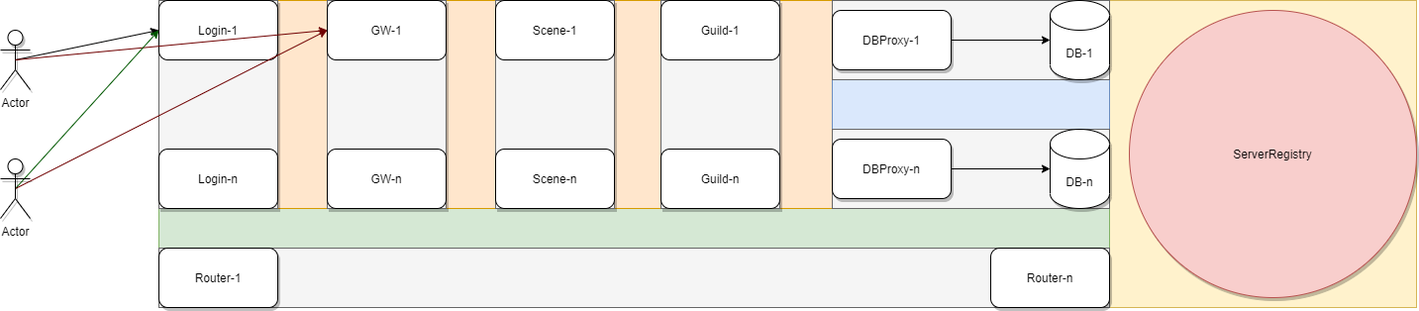
wuqunyong/freeze keeps this draw.io diagram as conf/topology.png. Above is the earlier version. Source tidied: cells renumbered, new cells last; positions are measured from the earlier drawing's top-left corner, leaving out a move shared by most shapes.
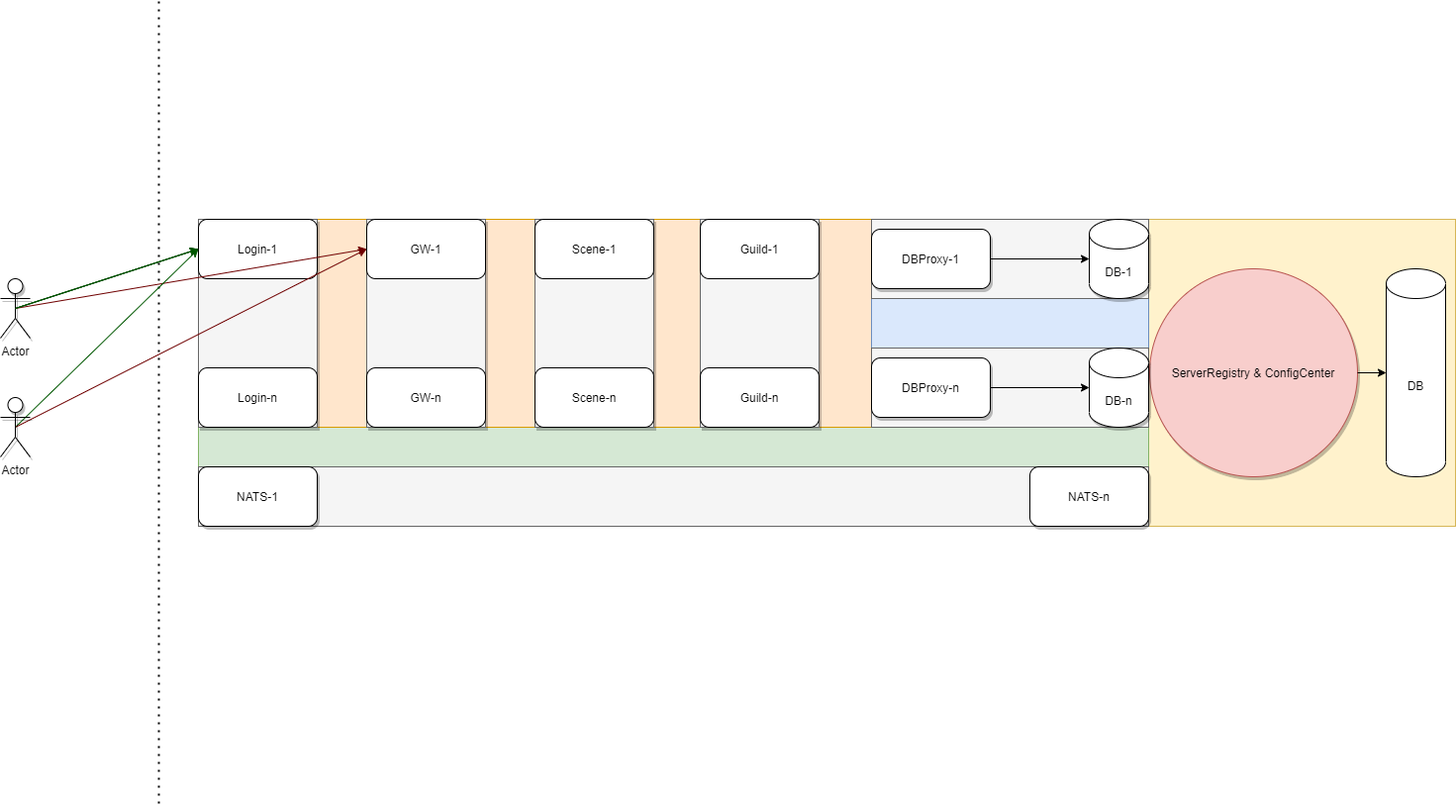
After the commit.

The edit, as a diff of the source:
```diff
@@ -2,14 +2,20 @@
   <root>
     <mxCell id="0" />
     <mxCell id="1" parent="0" />
+    <mxCell id="41" style="endArrow=none;dashed=1;html=1;dashPattern=1 3;strokeWidth=2;" parent="1" edge="1">
+      <mxGeometry relative="1" as="geometry">
+        <mxPoint x="120" y="-220" as="sourcePoint" />
+        <mxPoint x="120" y="590" as="targetPoint" />
+      </mxGeometry>
+    </mxCell>
     <mxCell id="2" value="Actor" style="shape=umlActor;verticalLabelPosition=bottom;verticalAlign=top;html=1;outlineConnect=0;shadow=1;" parent="1" vertex="1">
-      <mxGeometry y="30" width="30" height="60" as="geometry" />
+      <mxGeometry x="-40" y="60" width="30" height="60" as="geometry" />
     </mxCell>
     <mxCell id="3" style="group;fillColor=#fff2cc;strokeColor=#d6b656;" parent="1" vertex="1">
       <mxGeometry x="160" width="1270" height="310" as="geometry" />
     </mxCell>
-    <mxCell id="4" value="ServerRegistry" style="ellipse;whiteSpace=wrap;html=1;shadow=1;fillColor=#f8cecc;strokeColor=#b85450;" parent="3" vertex="1">
-      <mxGeometry x="980" y="10" width="290" height="290" as="geometry" />
+    <mxCell id="4" value="ServerRegistry &amp;amp; ConfigCenter" style="ellipse;whiteSpace=wrap;html=1;shadow=1;fillColor=#f8cecc;strokeColor=#b85450;" parent="3" vertex="1">
+      <mxGeometry x="961" y="50" width="210" height="210" as="geometry" />
     </mxCell>
     <mxCell id="5" style="group;fillColor=#d5e8d4;strokeColor=#82b366;" parent="3" vertex="1">
       <mxGeometry width="960" height="310" as="geometry" />
@@ -20,10 +26,10 @@
     <mxCell id="7" style="group;" parent="6" vertex="1">
       <mxGeometry width="627" height="60" as="geometry" />
     </mxCell>
-    <mxCell id="8" value="Router-1" style="rounded=1;whiteSpace=wrap;html=1;shadow=1;" parent="7" vertex="1">
+    <mxCell id="8" value="NATS-1" style="rounded=1;whiteSpace=wrap;html=1;shadow=1;" parent="7" vertex="1">
       <mxGeometry width="120" height="60" as="geometry" />
     </mxCell>
-    <mxCell id="9" value="Router-n" style="rounded=1;whiteSpace=wrap;html=1;shadow=1;" parent="6" vertex="1">
+    <mxCell id="9" value="NATS-n" style="rounded=1;whiteSpace=wrap;html=1;shadow=1;" parent="6" vertex="1">
       <mxGeometry x="840" width="120" height="60" as="geometry" />
     </mxCell>
     <mxCell id="10" style="group;fillColor=#ffe6cc;strokeColor=#d79b00;" parent="5" vertex="1">
@@ -104,6 +110,12 @@
     <mxCell id="35" style="edgeStyle=orthogonalEdgeStyle;rounded=0;jettySize=auto;html=1;entryX=0;entryY=0.5;entryDx=0;entryDy=0;entryPerimeter=0;" parent="32" edge="1" source="33" target="34">
       <mxGeometry relative="1" as="geometry" />
     </mxCell>
+    <mxCell id="42" value="DB" style="shape=cylinder3;whiteSpace=wrap;html=1;boundedLbl=1;backgroundOutline=1;size=15;" parent="3" vertex="1">
+      <mxGeometry x="1200" y="50" width="60" height="210" as="geometry" />
+    </mxCell>
+    <mxCell id="43" style="endArrow=classic;html=1;entryX=0;entryY=0.5;entryDx=0;entryDy=0;entryPerimeter=0;exitX=1;exitY=0.5;exitDx=0;exitDy=0;" parent="3" edge="1" source="4" target="42">
+      <mxGeometry relative="1" as="geometry" />
+    </mxCell>
     <mxCell id="36" style="endArrow=classic;html=1;exitX=0.5;exitY=0.5;exitDx=0;exitDy=0;exitPerimeter=0;entryX=0;entryY=0.5;entryDx=0;entryDy=0;" parent="1" edge="1" source="2" target="24">
       <mxGeometry relative="1" as="geometry" />
     </mxCell>
@@ -117,7 +129,19 @@
       <mxGeometry relative="1" as="geometry" />
     </mxCell>
     <mxCell id="40" value="Actor" style="shape=umlActor;verticalLabelPosition=bottom;verticalAlign=top;html=1;outlineConnect=0;shadow=1;" parent="1" vertex="1">
-      <mxGeometry y="160" width="30" height="60" as="geometry" />
+      <mxGeometry x="-40" y="180" width="30" height="60" as="geometry" />
     </mxCell>
+    <mxCell id="44" style="endArrow=classic;html=1;exitX=0.5;exitY=0.5;exitDx=0;exitDy=0;exitPerimeter=0;entryX=0;entryY=0.5;entryDx=0;entryDy=0;fillColor=#008a00;strokeColor=#005700;" parent="1" edge="1">
+      <mxGeometry relative="1" as="geometry">
+        <mxPoint x="-25" y="90" as="sourcePoint" />
+        <mxPoint x="160" y="30" as="targetPoint" />
+      </mxGeometry>
+    </mxCell>
+    <mxCell id="45" style="endArrow=classic;html=1;exitX=0.5;exitY=0.5;exitDx=0;exitDy=0;exitPerimeter=0;entryX=0;entryY=0.5;entryDx=0;entryDy=0;fillColor=#008a00;strokeColor=#005700;" parent="1" edge="1">
+      <mxGeometry relative="1" as="geometry">
+        <mxPoint x="-25" y="90" as="sourcePoint" />
+        <mxPoint x="160" y="30" as="targetPoint" />
+      </mxGeometry>
+    </mxCell>
   </root>
 </mxGraphModel>
```
